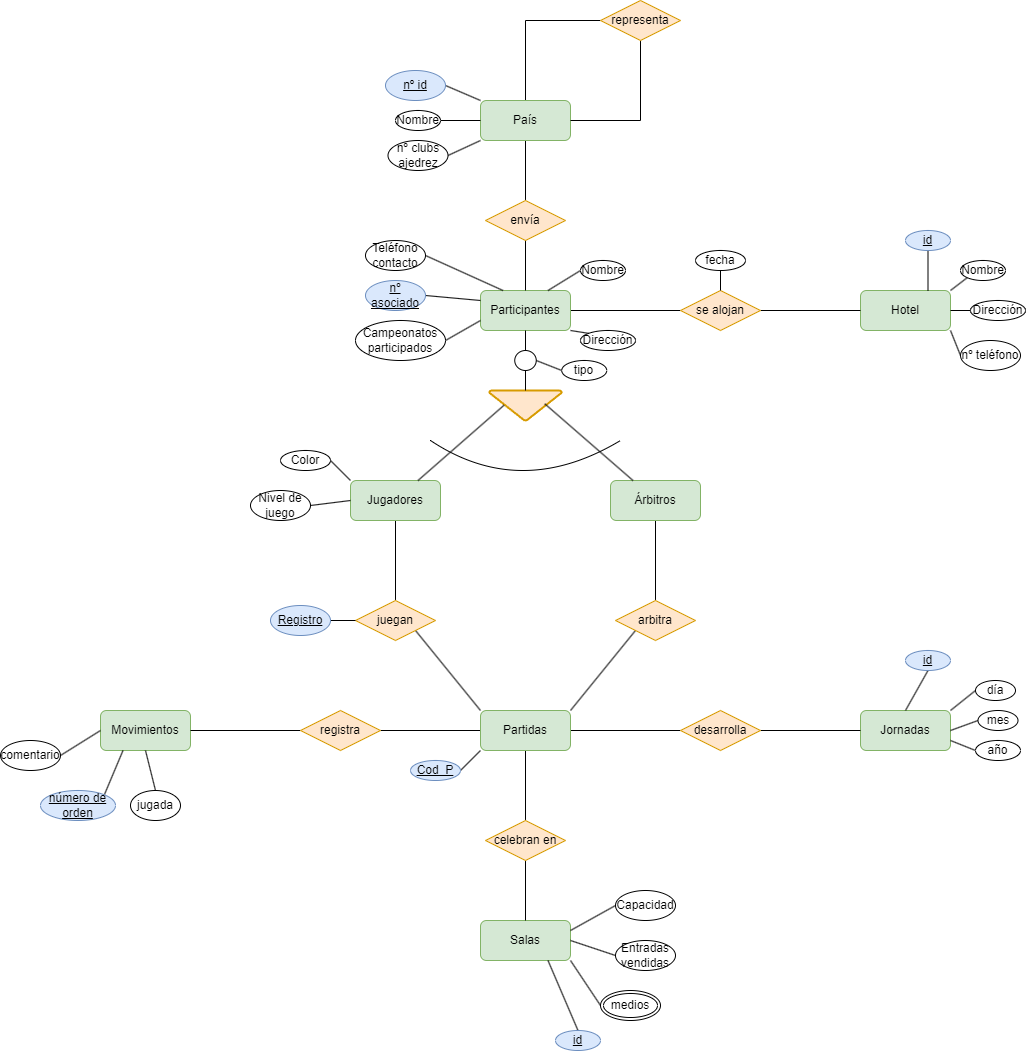
Earlier version of the draw.io export Unidad-1/Tareas/Tareas-evaluables/Tarea-evaluable-2/tarea-evaluable-2.drawio.png (LuisMGlez/base-datos). Source tidied: cells renumbered, new cells last; positions are measured from the earlier drawing's top-left corner, leaving out a move shared by most shapes.
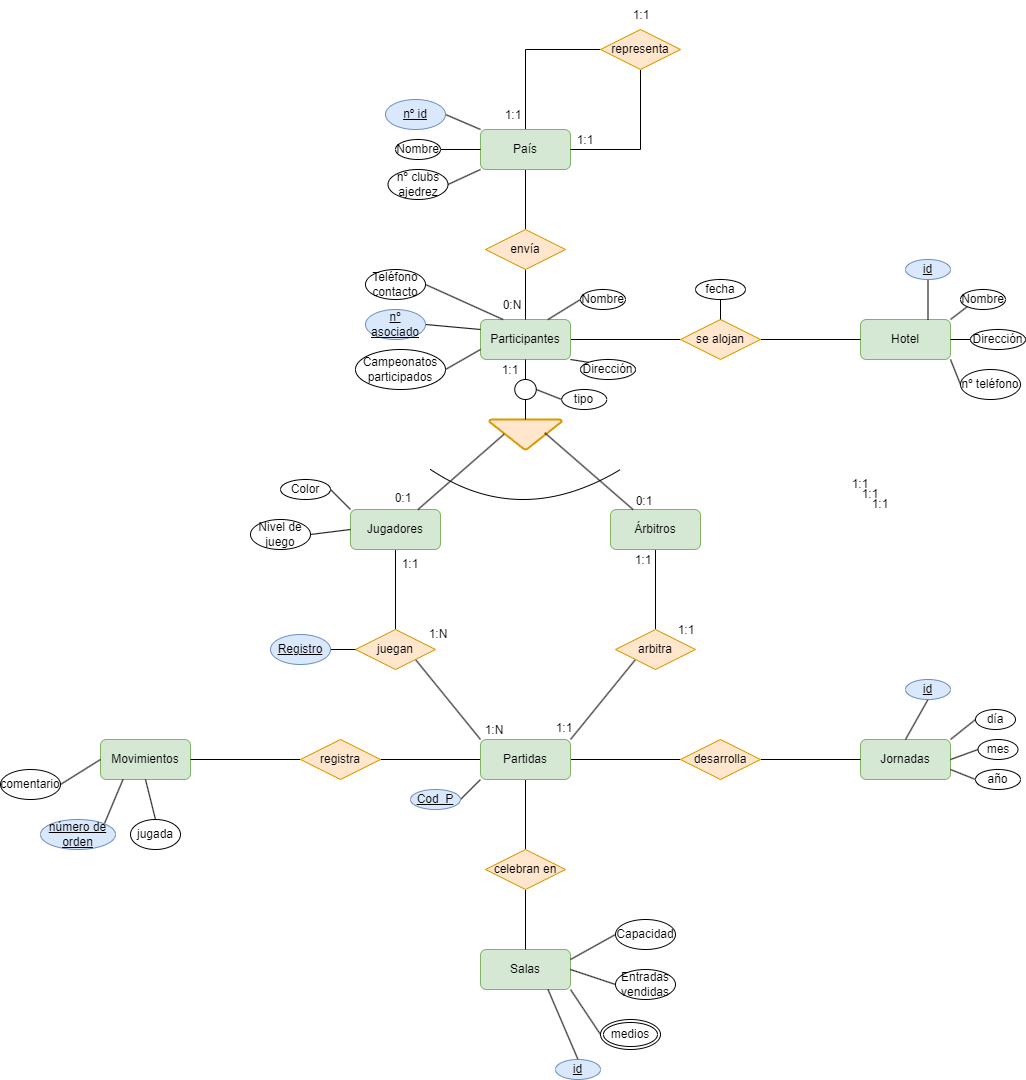
After the change.

The edit, as a diff of the source:
```diff
@@ -302,5 +302,53 @@
     <mxCell id="99" value="comentario" style="ellipse;whiteSpace=wrap;html=1;" parent="1" vertex="1">
       <mxGeometry y="740" width="60" height="30" as="geometry" />
     </mxCell>
+    <mxCell id="100" value="1:1" style="text;strokeColor=none;align=center;fillColor=none;html=1;verticalAlign=middle;whiteSpace=wrap;rounded=0;" parent="1" vertex="1">
+      <mxGeometry x="830" y="440" width="60" height="30" as="geometry" />
+    </mxCell>
+    <mxCell id="101" value="1:1" style="text;strokeColor=none;align=center;fillColor=none;html=1;verticalAlign=middle;whiteSpace=wrap;rounded=0;" parent="1" vertex="1">
+      <mxGeometry x="840" y="450" width="60" height="30" as="geometry" />
+    </mxCell>
+    <mxCell id="102" value="1:N" style="text;strokeColor=none;align=center;fillColor=none;html=1;verticalAlign=middle;whiteSpace=wrap;rounded=0;" parent="1" vertex="1">
+      <mxGeometry x="464" y="686" width="60" height="30" as="geometry" />
+    </mxCell>
+    <mxCell id="103" value="1:1" style="text;strokeColor=none;align=center;fillColor=none;html=1;verticalAlign=middle;whiteSpace=wrap;rounded=0;" parent="1" vertex="1">
+      <mxGeometry x="611" y="-29" width="60" height="30" as="geometry" />
+    </mxCell>
+    <mxCell id="104" value="1:1" style="text;strokeColor=none;align=center;fillColor=none;html=1;verticalAlign=middle;whiteSpace=wrap;rounded=0;" parent="1" vertex="1">
+      <mxGeometry x="555" y="96" width="60" height="30" as="geometry" />
+    </mxCell>
+    <mxCell id="105" value="1:1" style="text;strokeColor=none;align=center;fillColor=none;html=1;verticalAlign=middle;whiteSpace=wrap;rounded=0;" parent="1" vertex="1">
+      <mxGeometry x="483" y="71" width="60" height="30" as="geometry" />
+    </mxCell>
+    <mxCell id="106" value="0:N" style="text;strokeColor=none;align=center;fillColor=none;html=1;verticalAlign=middle;whiteSpace=wrap;rounded=0;" parent="1" vertex="1">
+      <mxGeometry x="482" y="261" width="60" height="30" as="geometry" />
+    </mxCell>
+    <mxCell id="107" value="0:1" style="text;strokeColor=none;align=center;fillColor=none;html=1;verticalAlign=middle;whiteSpace=wrap;rounded=0;" parent="1" vertex="1">
+      <mxGeometry x="373" y="454" width="60" height="30" as="geometry" />
+    </mxCell>
+    <mxCell id="108" value="1:1" style="text;strokeColor=none;align=center;fillColor=none;html=1;verticalAlign=middle;whiteSpace=wrap;rounded=0;" parent="1" vertex="1">
+      <mxGeometry x="480" y="326" width="60" height="30" as="geometry" />
+    </mxCell>
+    <mxCell id="109" value="0:1" style="text;strokeColor=none;align=center;fillColor=none;html=1;verticalAlign=middle;whiteSpace=wrap;rounded=0;" parent="1" vertex="1">
+      <mxGeometry x="614" y="457" width="60" height="30" as="geometry" />
+    </mxCell>
+    <mxCell id="110" value="1:1" style="text;strokeColor=none;align=center;fillColor=none;html=1;verticalAlign=middle;whiteSpace=wrap;rounded=0;" parent="1" vertex="1">
+      <mxGeometry x="850" y="460" width="60" height="30" as="geometry" />
+    </mxCell>
+    <mxCell id="111" value="1:N" style="text;strokeColor=none;align=center;fillColor=none;html=1;verticalAlign=middle;whiteSpace=wrap;rounded=0;" parent="1" vertex="1">
+      <mxGeometry x="408" y="590" width="60" height="30" as="geometry" />
+    </mxCell>
+    <mxCell id="112" value="1:1" style="text;strokeColor=none;align=center;fillColor=none;html=1;verticalAlign=middle;whiteSpace=wrap;rounded=0;" parent="1" vertex="1">
+      <mxGeometry x="380" y="520" width="60" height="30" as="geometry" />
+    </mxCell>
+    <mxCell id="113" value="1:1" style="text;strokeColor=none;align=center;fillColor=none;html=1;verticalAlign=middle;whiteSpace=wrap;rounded=0;" parent="1" vertex="1">
+      <mxGeometry x="534" y="684" width="60" height="30" as="geometry" />
+    </mxCell>
+    <mxCell id="114" value="1:1" style="text;strokeColor=none;align=center;fillColor=none;html=1;verticalAlign=middle;whiteSpace=wrap;rounded=0;" parent="1" vertex="1">
+      <mxGeometry x="656" y="586" width="60" height="30" as="geometry" />
+    </mxCell>
+    <mxCell id="115" value="1:1" style="text;strokeColor=none;align=center;fillColor=none;html=1;verticalAlign=middle;whiteSpace=wrap;rounded=0;" parent="1" vertex="1">
+      <mxGeometry x="613" y="516" width="60" height="30" as="geometry" />
+    </mxCell>
   </root>
 </mxGraphModel>
```
